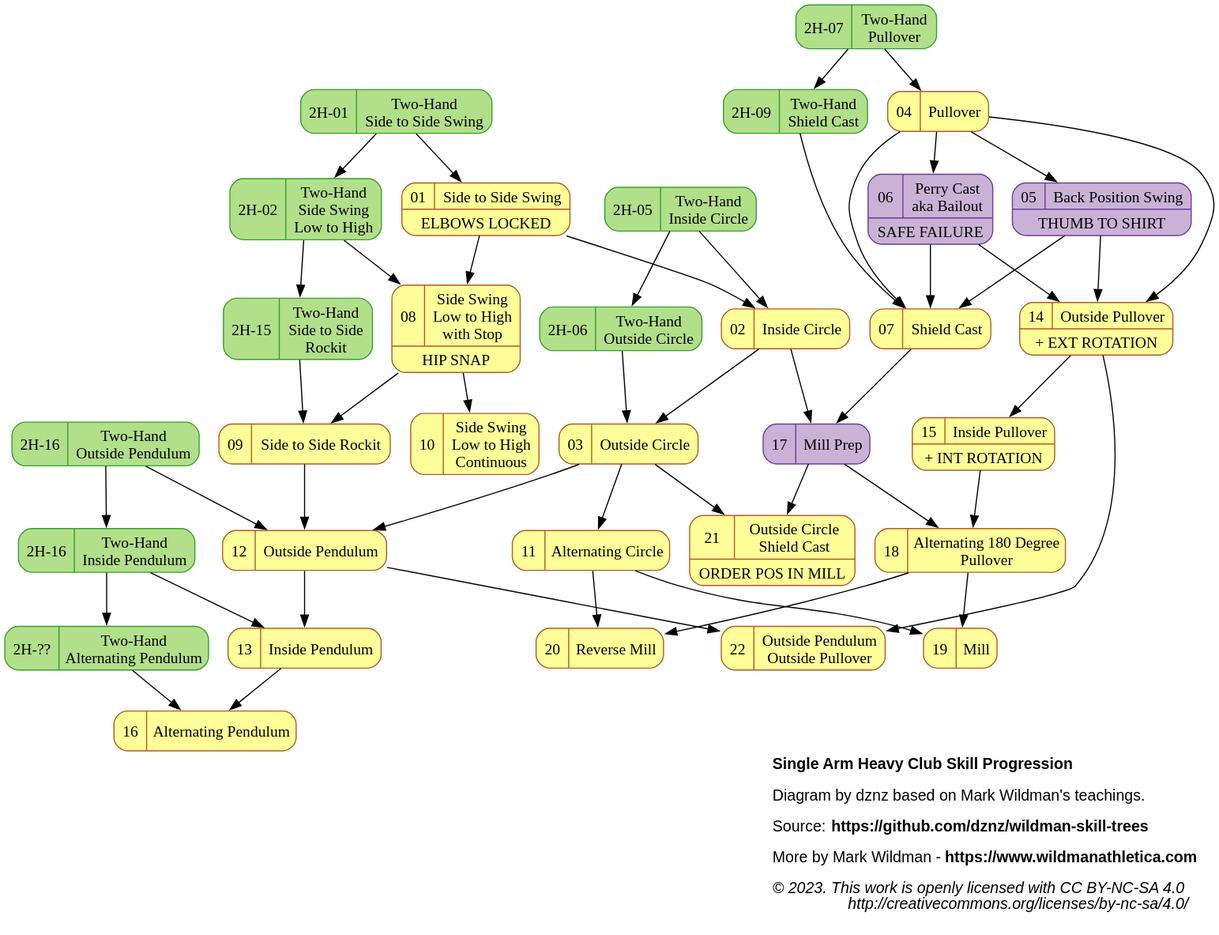
dznz/wildman-skill-trees keeps this PlantUML diagram as dist/hc_sa_progression.svg. Above is the earlier version. Its source is kept beside it as src/hc/hc_sa_progression.puml.
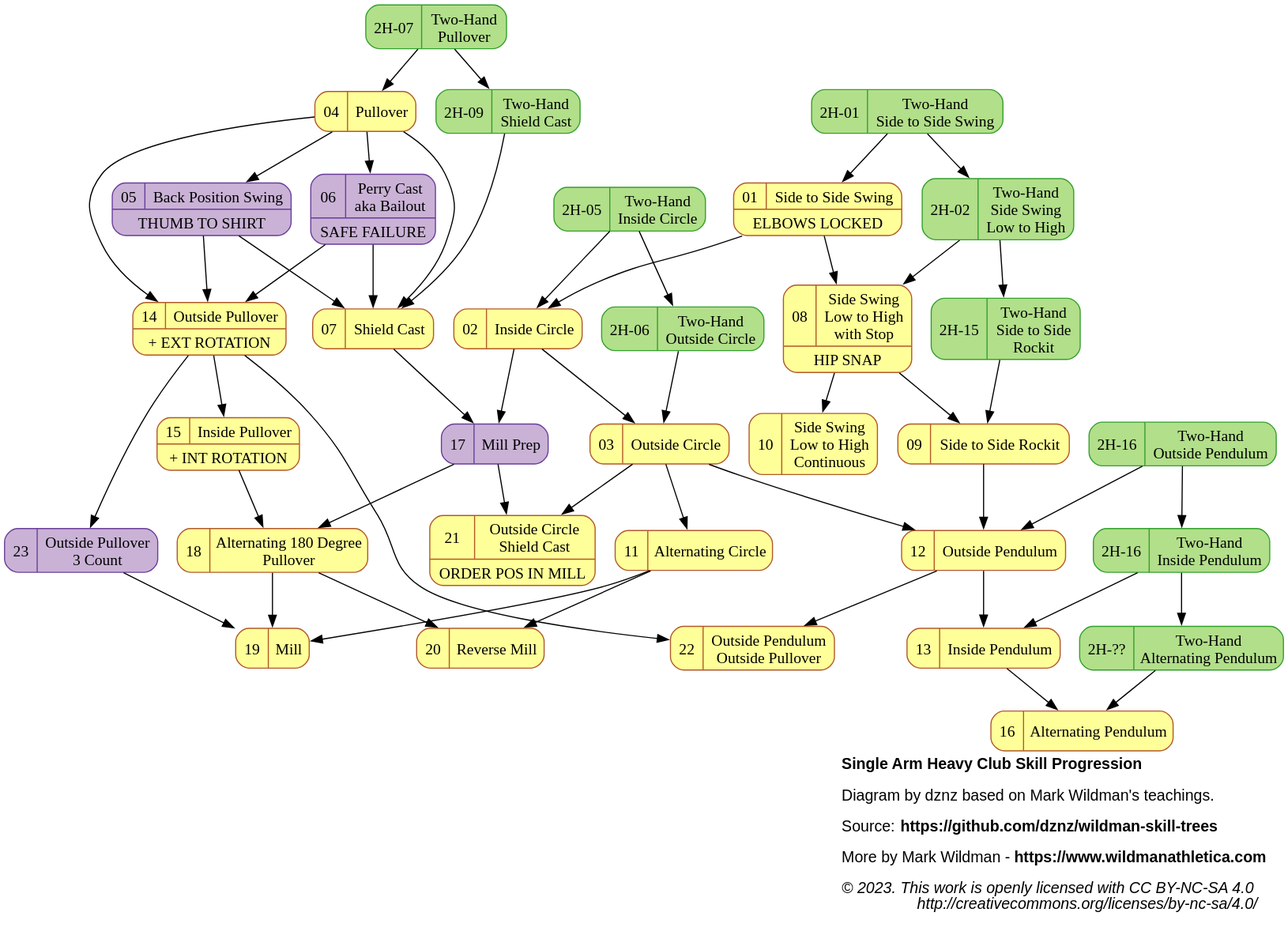
The same file after the commit.

Commit message:
feat(hc_sa_progression): add SAHC-23

Add single arm club drill 23: Outside pullover 3 count.

Treating this as an auxiliary drill that sits between the Outside
Pullover and the Mill proper, as that seems to be its purpose.

The edit, as a diff of the source:
```diff
@@ -1,6 +1,7 @@
 @startdot hc_sa_progression
 digraph HCSA {
 
+  // YouTube Playlist: https://www.youtube.com/playlist?list=PLk4oYPJ7TXKgCH_TpdUCNs2-m5ZCqx-Pw
   label=<
 <B>Single Arm Heavy Club Skill Progression</B><BR ALIGN="LEFT"/><BR ALIGN="LEFT"/>
 Diagram by dznz based on Mark Wildman's teachings.<BR ALIGN="LEFT"/><BR ALIGN="LEFT"/>
@@ -25,7 +26,7 @@
 
   subgraph aux {
     node [color=10, fillcolor=9]
-    mov_05_backs2s, mov_06_perry, mov_17_millprep
+    mov_05_backs2s, mov_06_perry, mov_17_millprep, mov_23_outpull3count
   }
 
   // Movements external to this diagram
@@ -69,7 +70,8 @@
   mov_19_mill             [label="{{19|Mill}}"                                          URL="https://www.youtube.com/watch?v=I26O1ct_hik&list=PLk4oYPJ7TXKgCH_TpdUCNs2-m5ZCqx-Pw&index=19"];
   mov_20_revmill          [label="{{20|Reverse Mill}}"                                  URL="https://www.youtube.com/watch?v=I26O1ct_hik&list=PLk4oYPJ7TXKgCH_TpdUCNs2-m5ZCqx-Pw&index=20"];
   mov_21_outcirclesc      [label="{{21|Outside Circle\nShield Cast}|ORDER POS IN MILL}" URL="https://www.youtube.com/watch?v=NdJlzFTbQwo&list=PLk4oYPJ7TXKgCH_TpdUCNs2-m5ZCqx-Pw&index=21"]
-  mov_22_outpendoutpull   [label="{{22|Outside Pendulum\nOutside Pullover}}"             URL="https://www.youtube.com/watch?v=b0Ztc-54C_Y"]
+  mov_22_outpendoutpull   [label="{{22|Outside Pendulum\nOutside Pullover}}"            URL="https://www.youtube.com/watch?v=b0Ztc-54C_Y"]
+  mov_23_outpull3count    [label="{{23|Outside Pullover\n3 Count}}"                     URL="https://www.youtube.com/watch?v=_hJaJVaMPtE"];
 
   // external skill links
   ext_2h_s2s -> ext_2h_sideswingl2h -> ext_2h_s2srockit;
@@ -116,6 +118,7 @@
   mov_03_outcircle -> mov_21_outcirclesc;
   mov_17_millprep -> mov_21_outcirclesc;
   {mov_12_outpend, mov_14_outpull} -> mov_22_outpendoutpull;
+  mov_14_outpull -> mov_23_outpull3count -> mov_19_mill
 
 }
 @enddot
```
